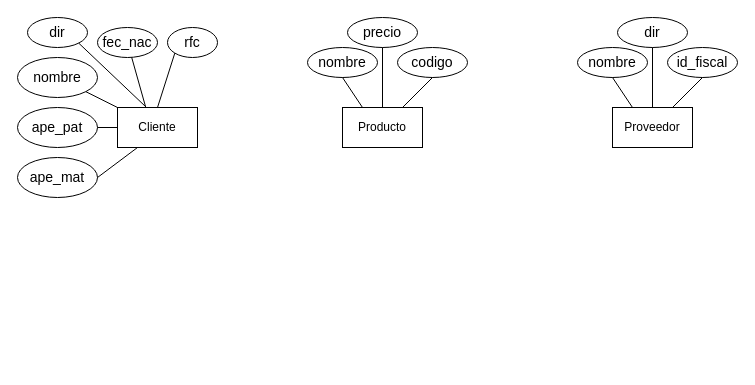
This is Reto2.drawio from Mabeth3105/Diagramas, a draw.io file, before an edit. Source tidied: cells renumbered, new cells numbered last; positions are measured from the earlier drawing's top-left corner, leaving out a move shared by most shapes. Both pictures are drawn from the tidied source at 100%, with x=0, y=0 at pixel (17, 17).
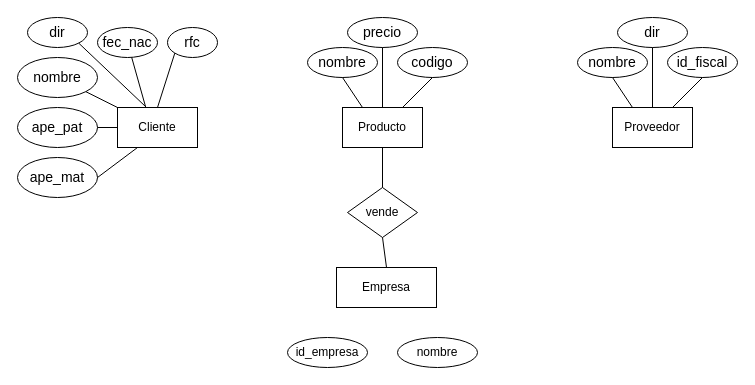
Above is the later version.

Unchanged cells that the change refers to:
```xml
<mxCell id="15" value="Producto" style="whiteSpace=wrap;html=1;align=center;" parent="1" vertex="1">
  <mxGeometry x="325" y="90" width="80" height="40" as="geometry" />
</mxCell>
```

Diff of the diagram source:
```diff
@@
+    <mxCell id="29" value="Empresa" style="whiteSpace=wrap;html=1;align=center;" parent="1" vertex="1">
+      <mxGeometry x="319" y="250" width="100" height="40" as="geometry" />
+    </mxCell>
+    <mxCell id="30" value="id_empresa" style="ellipse;whiteSpace=wrap;html=1;align=center;" parent="1" vertex="1">
+      <mxGeometry x="270" y="320" width="80" height="30" as="geometry" />
+    </mxCell>
+    <mxCell id="31" value="nombre" style="ellipse;whiteSpace=wrap;html=1;align=center;" parent="1" vertex="1">
+      <mxGeometry x="380" y="320" width="80" height="30" as="geometry" />
+    </mxCell>
+    <mxCell id="32" value="vende" style="shape=rhombus;perimeter=rhombusPerimeter;whiteSpace=wrap;html=1;align=center;" parent="1" vertex="1">
+      <mxGeometry x="330" y="170" width="70" height="50" as="geometry" />
+    </mxCell>
+    <mxCell id="33" style="endArrow=none;html=1;rounded=0;entryX=0.5;entryY=1;entryDx=0;entryDy=0;exitX=0.5;exitY=0;exitDx=0;exitDy=0;" parent="1" edge="1" source="29" target="32">
+      <mxGeometry relative="1" as="geometry" />
+    </mxCell>
+    <mxCell id="34" style="endArrow=none;html=1;rounded=0;entryX=0.5;entryY=1;entryDx=0;entryDy=0;exitX=0.5;exitY=0;exitDx=0;exitDy=0;" parent="1" edge="1" source="32" target="15">
+      <mxGeometry relative="1" as="geometry" />
+    </mxCell>
```
